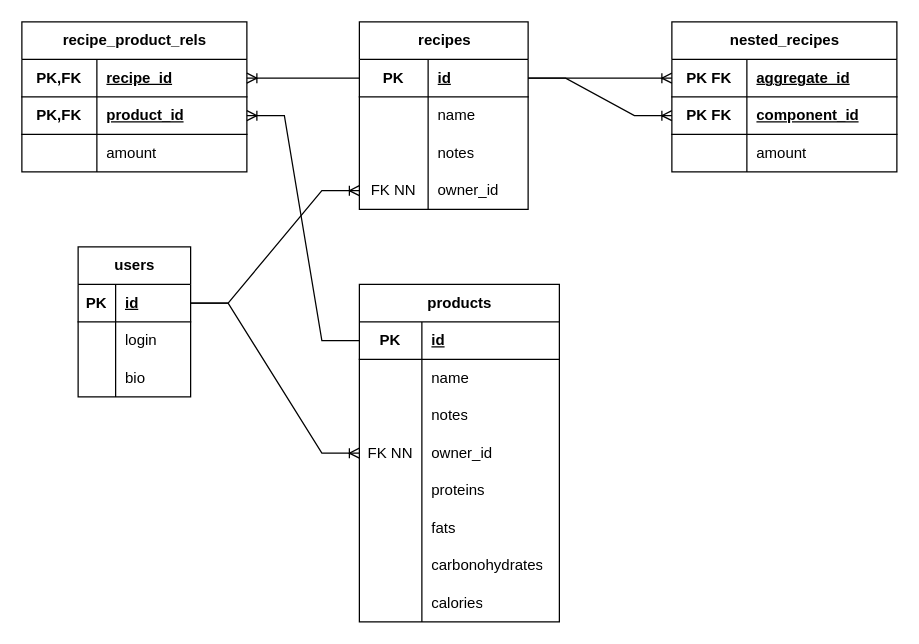
Before: charts/foody-db-chart.drawio in Alexcoratt/foody, a draw.io diagram. Source tidied: cells renumbered, new cells numbered last; positions are measured from the earlier drawing's top-left corner, leaving out a move shared by most shapes. Both pictures are drawn from the tidied source at 125%, with x=0, y=0 at pixel (21, 21).
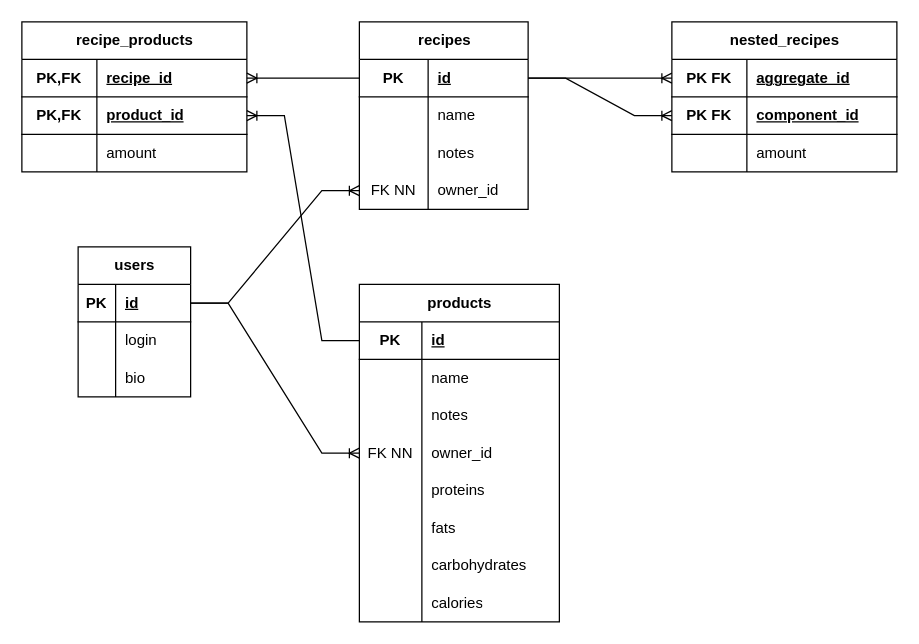
After the change.

Commit message (it also covers changes not shown here):
Correct typos

Unchanged cells that the change refers to:
```xml
<mxCell id="21" style="shape=tableRow;horizontal=0;startSize=0;swimlaneHead=0;swimlaneBody=0;fillColor=none;top=0;left=0;right=0;bottom=0;" parent="2" vertex="1">
  <mxGeometry y="210" width="160" height="30" as="geometry" />
</mxCell>
```

Diff of the diagram source:
```diff
@@
-    <mxCell id="23" value="carbonohydrates" style="shape=partialRectangle;fillColor=none;top=0;left=0;bottom=0;right=0;align=left;spacingLeft=6;overflow=hidden;whiteSpace=wrap;html=1;" parent="21" vertex="1">
+    <mxCell id="23" value="carbohydrates" style="shape=partialRectangle;fillColor=none;top=0;left=0;bottom=0;right=0;align=left;spacingLeft=6;overflow=hidden;whiteSpace=wrap;html=1;" parent="21" vertex="1">
       <mxGeometry x="50" width="110" height="30" as="geometry" />
     </mxCell>
@@
-    <mxCell id="51" value="recipe_product_rels" style="shape=table;startSize=30;childLayout=tableLayout;rowLines=0;fontStyle=1;align=center;html=1;" parent="1" vertex="1">
+    <mxCell id="51" value="recipe_products" style="shape=table;startSize=30;childLayout=tableLayout;rowLines=0;fontStyle=1;align=center;html=1;" parent="1" vertex="1">
       <mxGeometry width="180" height="120" as="geometry" />
     </mxCell>
```
